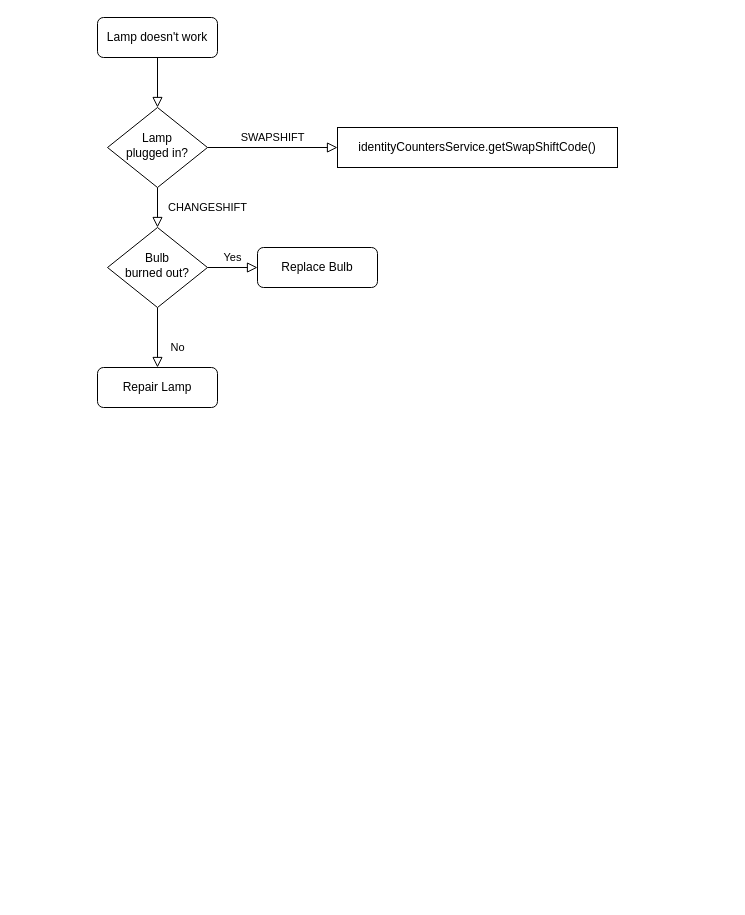
This is Untitled Diagram.drawio from 8luex/test-railway, a draw.io file, before an edit. Source tidied: cells renumbered, new cells numbered last; positions are measured from the earlier drawing's top-left corner, leaving out a move shared by most shapes. Both pictures are drawn from the tidied source at 100%, with x=0, y=0 at pixel (97, 17).
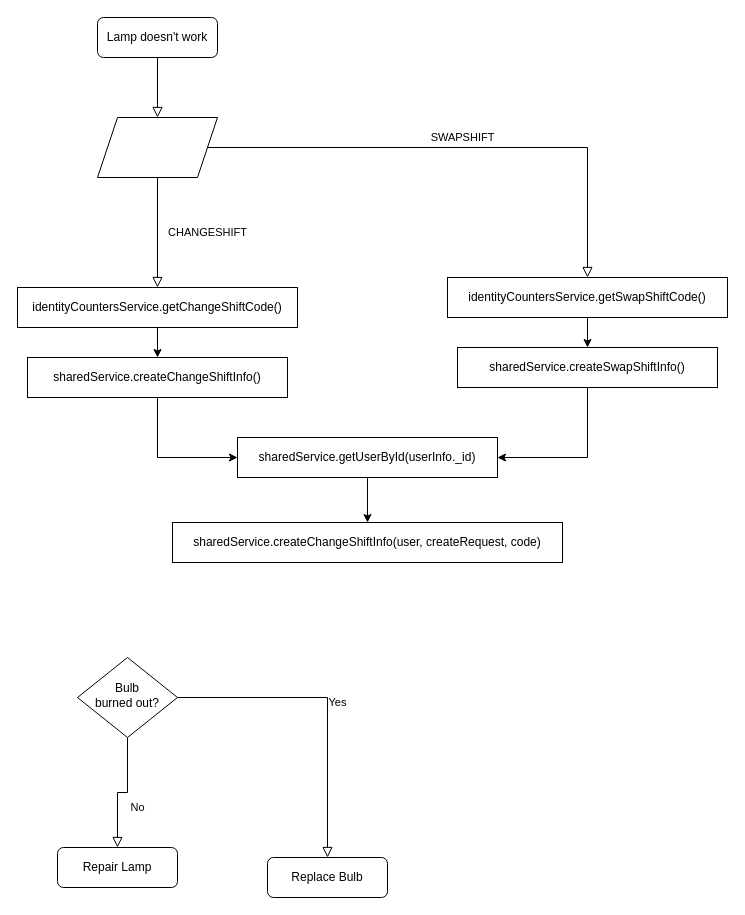
The same diagram, later.

The change refers to these unchanged cells:
```xml
<mxCell id="3" value="Lamp doesn't work" style="rounded=1;whiteSpace=wrap;html=1;fontSize=12;glass=0;strokeWidth=1;shadow=0;" parent="1" vertex="1">
  <mxGeometry width="120" height="40" as="geometry" />
</mxCell>
```

Diff of the diagram source:
```diff
@@
-    <mxCell id="2" style="rounded=0;html=1;jettySize=auto;fontSize=11;endArrow=block;endFill=0;endSize=8;strokeWidth=1;shadow=0;labelBackgroundColor=none;edgeStyle=orthogonalEdgeStyle;" parent="1" edge="1" source="3" target="6">
+    <mxCell id="2" style="rounded=0;html=1;jettySize=auto;fontSize=11;endArrow=block;endFill=0;endSize=8;strokeWidth=1;shadow=0;labelBackgroundColor=none;edgeStyle=orthogonalEdgeStyle;entryX=0.5;entryY=0;entryDx=0;entryDy=0;" parent="1" edge="1" source="3" target="16">
       <mxGeometry relative="1" as="geometry" />
     </mxCell>
@@
-    <mxCell id="4" value="CHANGESHIFT" style="rounded=0;html=1;jettySize=auto;fontSize=11;endArrow=block;endFill=0;endSize=8;strokeWidth=1;shadow=0;labelBackgroundColor=none;edgeStyle=orthogonalEdgeStyle;" parent="1" edge="1" source="6" target="10">
+    <mxCell id="4" value="CHANGESHIFT" style="rounded=0;html=1;jettySize=auto;fontSize=11;endArrow=block;endFill=0;endSize=8;strokeWidth=1;shadow=0;labelBackgroundColor=none;edgeStyle=orthogonalEdgeStyle;exitX=0.5;exitY=1;exitDx=0;exitDy=0;entryX=0.5;entryY=0;entryDx=0;entryDy=0;" parent="1" edge="1" source="16" target="18">
       <mxGeometry y="50" relative="1" as="geometry" />
     </mxCell>
-    <mxCell id="5" value="SWAPSHIFT" style="edgeStyle=orthogonalEdgeStyle;rounded=0;html=1;jettySize=auto;fontSize=11;endArrow=block;endFill=0;endSize=8;strokeWidth=1;shadow=0;labelBackgroundColor=none;" parent="1" edge="1" source="6" target="7">
+    <mxCell id="5" value="SWAPSHIFT" style="edgeStyle=orthogonalEdgeStyle;rounded=0;html=1;jettySize=auto;fontSize=11;endArrow=block;endFill=0;endSize=8;strokeWidth=1;shadow=0;labelBackgroundColor=none;exitX=1;exitY=0.5;exitDx=0;exitDy=0;" parent="1" edge="1" source="16" target="7">
       <mxGeometry y="10" relative="1" as="geometry" />
     </mxCell>
-    <mxCell id="6" value="Lamp&lt;br&gt;plugged in?" style="rhombus;whiteSpace=wrap;html=1;shadow=0;fontFamily=Helvetica;fontSize=12;align=center;strokeWidth=1;spacing=6;spacingTop=-4;" parent="1" vertex="1">
-      <mxGeometry x="10" y="90" width="100" height="80" as="geometry" />
-    </mxCell>
+    <mxCell id="13" style="edgeStyle=orthogonalEdgeStyle;rounded=0;jettySize=auto;html=1;" parent="1" edge="1" source="7" target="15">
+      <mxGeometry relative="1" as="geometry" />
+    </mxCell>
     <mxCell id="7" value="identityCountersService.getSwapShiftCode()" style="rounded=1;whiteSpace=wrap;html=1;fontSize=12;glass=0;strokeWidth=1;shadow=0;arcSize=0;" parent="1" vertex="1">
-      <mxGeometry x="240" y="110" width="280" height="40" as="geometry" />
+      <mxGeometry x="350" y="260" width="280" height="40" as="geometry" />
     </mxCell>
@@
-    <mxCell id="9" value="Yes" style="edgeStyle=orthogonalEdgeStyle;rounded=0;html=1;jettySize=auto;fontSize=11;endArrow=block;endFill=0;endSize=8;strokeWidth=1;shadow=0;labelBackgroundColor=none;" parent="1" edge="1" source="10" target="12">
+    <mxCell id="9" value="Yes" style="edgeStyle=orthogonalEdgeStyle;rounded=0;html=1;jettySize=auto;fontSize=11;endArrow=block;endFill=0;endSize=8;strokeWidth=1;shadow=0;labelBackgroundColor=none;exitX=1;exitY=0.5;exitDx=0;exitDy=0;" parent="1" edge="1" source="10" target="12">
       <mxGeometry y="10" relative="1" as="geometry" />
     </mxCell>
     <mxCell id="10" value="Bulb&lt;br&gt;burned out?" style="rhombus;whiteSpace=wrap;html=1;shadow=0;fontFamily=Helvetica;fontSize=12;align=center;strokeWidth=1;spacing=6;spacingTop=-4;" parent="1" vertex="1">
-      <mxGeometry x="10" y="210" width="100" height="80" as="geometry" />
+      <mxGeometry x="-20" y="640" width="100" height="80" as="geometry" />
     </mxCell>
     <mxCell id="11" value="Repair Lamp" style="rounded=1;whiteSpace=wrap;html=1;fontSize=12;glass=0;strokeWidth=1;shadow=0;" parent="1" vertex="1">
-      <mxGeometry y="350" width="120" height="40" as="geometry" />
+      <mxGeometry x="-40" y="830" width="120" height="40" as="geometry" />
     </mxCell>
     <mxCell id="12" value="Replace Bulb" style="rounded=1;whiteSpace=wrap;html=1;fontSize=12;glass=0;strokeWidth=1;shadow=0;" parent="1" vertex="1">
-      <mxGeometry x="160" y="230" width="120" height="40" as="geometry" />
+      <mxGeometry x="170" y="840" width="120" height="40" as="geometry" />
     </mxCell>
+    <mxCell id="14" style="edgeStyle=orthogonalEdgeStyle;rounded=0;jettySize=auto;html=1;exitX=0.5;exitY=1;exitDx=0;exitDy=0;entryX=1;entryY=0.5;entryDx=0;entryDy=0;" parent="1" edge="1" source="15" target="22">
+      <mxGeometry relative="1" as="geometry" />
+    </mxCell>
+    <mxCell id="15" value="sharedService.createSwapShiftInfo()" style="whiteSpace=wrap;html=1;rounded=1;glass=0;strokeWidth=1;shadow=0;arcSize=0;" parent="1" vertex="1">
+      <mxGeometry x="360" y="330" width="260" height="40" as="geometry" />
+    </mxCell>
+    <mxCell id="16" style="shape=parallelogram;perimeter=parallelogramPerimeter;whiteSpace=wrap;html=1;fixedSize=1;" parent="1" vertex="1">
+      <mxGeometry y="100" width="120" height="60" as="geometry" />
+    </mxCell>
+    <mxCell id="17" style="edgeStyle=orthogonalEdgeStyle;rounded=0;jettySize=auto;html=1;exitX=0.5;exitY=1;exitDx=0;exitDy=0;entryX=0.5;entryY=0;entryDx=0;entryDy=0;" parent="1" edge="1" source="18" target="20">
+      <mxGeometry relative="1" as="geometry" />
+    </mxCell>
+    <mxCell id="18" value="identityCountersService.getChangeShiftCode()" style="rounded=1;whiteSpace=wrap;html=1;fontSize=12;glass=0;strokeWidth=1;shadow=0;arcSize=0;" parent="1" vertex="1">
+      <mxGeometry x="-80" y="270" width="280" height="40" as="geometry" />
+    </mxCell>
+    <mxCell id="19" style="edgeStyle=orthogonalEdgeStyle;rounded=0;jettySize=auto;html=1;exitX=0.5;exitY=1;exitDx=0;exitDy=0;entryX=0;entryY=0.5;entryDx=0;entryDy=0;" parent="1" edge="1" source="20" target="22">
+      <mxGeometry relative="1" as="geometry" />
+    </mxCell>
+    <mxCell id="20" value="sharedService.createChangeShiftInfo()" style="whiteSpace=wrap;html=1;rounded=1;glass=0;strokeWidth=1;shadow=0;arcSize=0;" parent="1" vertex="1">
+      <mxGeometry x="-70" y="340" width="260" height="40" as="geometry" />
+    </mxCell>
+    <mxCell id="21" style="edgeStyle=orthogonalEdgeStyle;rounded=0;jettySize=auto;html=1;exitX=0.5;exitY=1;exitDx=0;exitDy=0;entryX=0.5;entryY=0;entryDx=0;entryDy=0;" parent="1" edge="1" source="22" target="23">
+      <mxGeometry relative="1" as="geometry" />
+    </mxCell>
+    <mxCell id="22" value="sharedService.getUserById(userInfo._id)" style="whiteSpace=wrap;html=1;rounded=1;glass=0;strokeWidth=1;shadow=0;arcSize=0;" parent="1" vertex="1">
+      <mxGeometry x="140" y="420" width="260" height="40" as="geometry" />
+    </mxCell>
+    <mxCell id="23" value="sharedService.createChangeShiftInfo(user, createRequest, code)" style="whiteSpace=wrap;html=1;rounded=1;glass=0;strokeWidth=1;shadow=0;arcSize=0;" parent="1" vertex="1">
+      <mxGeometry x="75" y="505" width="390" height="40" as="geometry" />
+    </mxCell>
```
